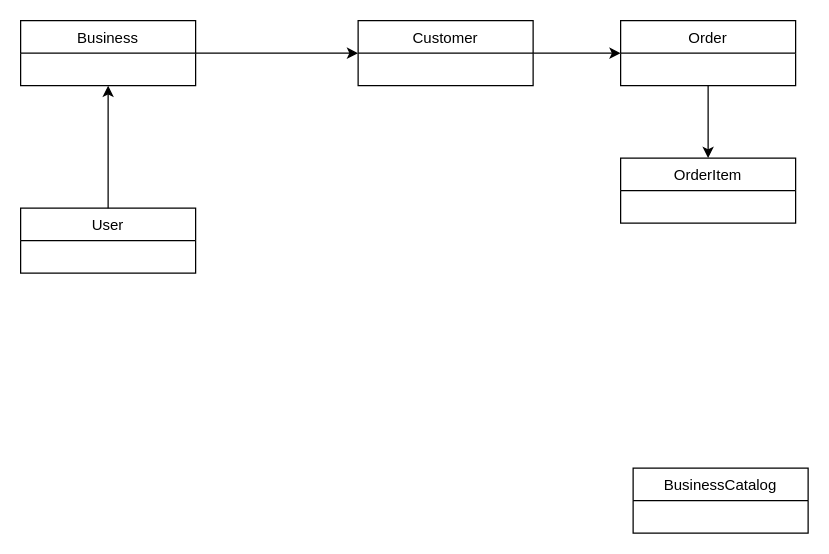
Above: BizzFlowBusinessModel.drawio in BizzFlow/docs (draw.io), before the change. Source tidied: cells renumbered, new cells numbered last; positions are measured from the earlier drawing's top-left corner, leaving out a move shared by most shapes. Both pictures are drawn from the tidied source at 125%, with x=0, y=0 at pixel (20, 20).
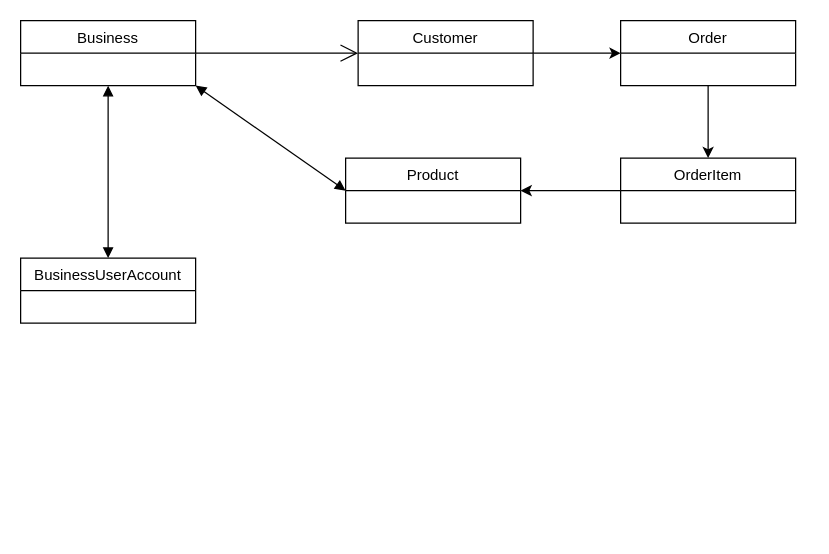
Above is the later version.

Diff of the diagram source:
```diff
@@
 <mxGraphModel>
   <root>
     <mxCell id="0" />
     <mxCell id="1" parent="0" />
     <mxCell id="2" style="edgeStyle=orthogonalEdgeStyle;rounded=0;jettySize=auto;html=1;" parent="1" edge="1" source="3" target="5">
       <mxGeometry relative="1" as="geometry" />
     </mxCell>
     <mxCell id="3" value="Customer" style="swimlane;fontStyle=0;horizontal=1;startSize=26;fillColor=none;" parent="1" vertex="1">
       <mxGeometry x="270" width="140" height="52" as="geometry" />
     </mxCell>
-    <mxCell id="4" style="edgeStyle=orthogonalEdgeStyle;rounded=0;jettySize=auto;html=1;" parent="1" edge="1" source="5" target="6">
+    <mxCell id="4" style="edgeStyle=orthogonalEdgeStyle;rounded=0;jettySize=auto;html=1;entryX=0.5;entryY=0;entryDx=0;entryDy=0;" parent="1" edge="1" source="5" target="6">
       <mxGeometry relative="1" as="geometry" />
     </mxCell>
     <mxCell id="5" value="Order" style="swimlane;fontStyle=0;horizontal=1;startSize=26;fillColor=none;" parent="1" vertex="1">
       <mxGeometry x="480" width="140" height="52" as="geometry" />
     </mxCell>
+    <mxCell id="12" style="edgeStyle=orthogonalEdgeStyle;rounded=0;jettySize=auto;html=1;entryX=1;entryY=0.5;entryDx=0;entryDy=0;" parent="1" edge="1" source="6" target="13">
+      <mxGeometry relative="1" as="geometry" />
+    </mxCell>
     <mxCell id="6" value="OrderItem" style="swimlane;fontStyle=0;horizontal=1;startSize=26;fillColor=none;" parent="1" vertex="1">
       <mxGeometry x="480" y="110" width="140" height="52" as="geometry" />
     </mxCell>
+    <mxCell id="8" value="BusinessUserAccount" style="swimlane;fontStyle=0;horizontal=1;startSize=26;fillColor=none;" parent="1" vertex="1">
+      <mxGeometry y="190" width="140" height="52" as="geometry" />
+    </mxCell>
+    <mxCell id="10" value="Business" style="swimlane;fontStyle=0;horizontal=1;startSize=26;fillColor=none;" parent="1" vertex="1">
+      <mxGeometry width="140" height="52" as="geometry" />
+    </mxCell>
+    <mxCell id="13" value="Product" style="swimlane;fontStyle=0;horizontal=1;startSize=26;fillColor=none;" parent="1" vertex="1">
+      <mxGeometry x="260" y="110" width="140" height="52" as="geometry" />
+    </mxCell>
+    <mxCell id="14" style="endArrow=block;startArrow=block;endFill=1;startFill=1;html=1;rounded=0;exitX=1;exitY=1;exitDx=0;exitDy=0;entryX=0;entryY=0.5;entryDx=0;entryDy=0;" parent="1" edge="1" source="10" target="13">
+      <mxGeometry relative="1" as="geometry" />
+    </mxCell>
-    <mxCell id="7" style="edgeStyle=orthogonalEdgeStyle;rounded=0;jettySize=auto;html=1;entryX=0.5;entryY=1;entryDx=0;entryDy=0;" parent="1" edge="1" source="8" target="10">
+    <mxCell id="7" style="endArrow=block;startArrow=block;endFill=1;startFill=1;html=1;rounded=0;entryX=0.5;entryY=1;entryDx=0;entryDy=0;" parent="1" edge="1" source="8" target="10">
       <mxGeometry relative="1" as="geometry" />
     </mxCell>
-    <mxCell id="8" value="User" style="swimlane;fontStyle=0;horizontal=1;startSize=26;fillColor=none;" parent="1" vertex="1">
-      <mxGeometry y="150" width="140" height="52" as="geometry" />
-    </mxCell>
-    <mxCell id="9" style="edgeStyle=orthogonalEdgeStyle;rounded=0;jettySize=auto;html=1;entryX=0;entryY=0.5;entryDx=0;entryDy=0;" parent="1" edge="1" source="10" target="3">
-      <mxGeometry relative="1" as="geometry" />
-    </mxCell>
-    <mxCell id="10" value="Business" style="swimlane;fontStyle=0;horizontal=1;startSize=26;fillColor=none;" parent="1" vertex="1">
-      <mxGeometry width="140" height="52" as="geometry" />
-    </mxCell>
-    <mxCell id="11" value="BusinessCatalog" style="swimlane;fontStyle=0;horizontal=1;startSize=26;fillColor=none;" parent="1" vertex="1">
-      <mxGeometry x="490" y="358" width="140" height="52" as="geometry" />
-    </mxCell>
+    <mxCell id="15" style="endArrow=open;endFill=1;endSize=12;html=1;rounded=0;entryX=0;entryY=0.5;entryDx=0;entryDy=0;" parent="1" edge="1" target="3">
+      <mxGeometry relative="1" as="geometry">
+        <mxPoint x="140" y="26" as="sourcePoint" />
+      </mxGeometry>
+    </mxCell>
   </root>
 </mxGraphModel>
```
